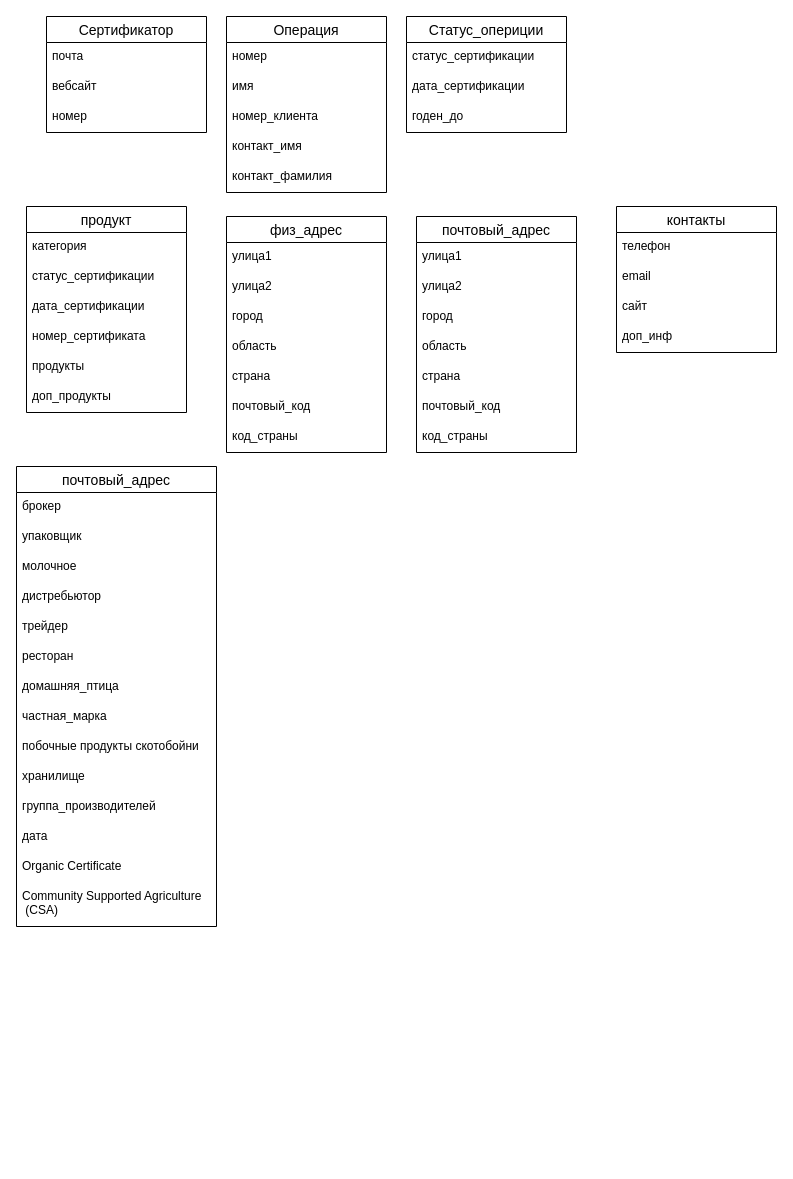
Before: page "Page-1" (1 of 2) of Untitled Diagram.drawio in dubidjanga/jsonproject, a draw.io diagram. Source tidied: cells renumbered, new cells numbered last; positions are measured from the earlier drawing's top-left corner, leaving out a move shared by most shapes. Both pictures are drawn from the tidied source at 100%, with x=0, y=0 at pixel (16, 16).
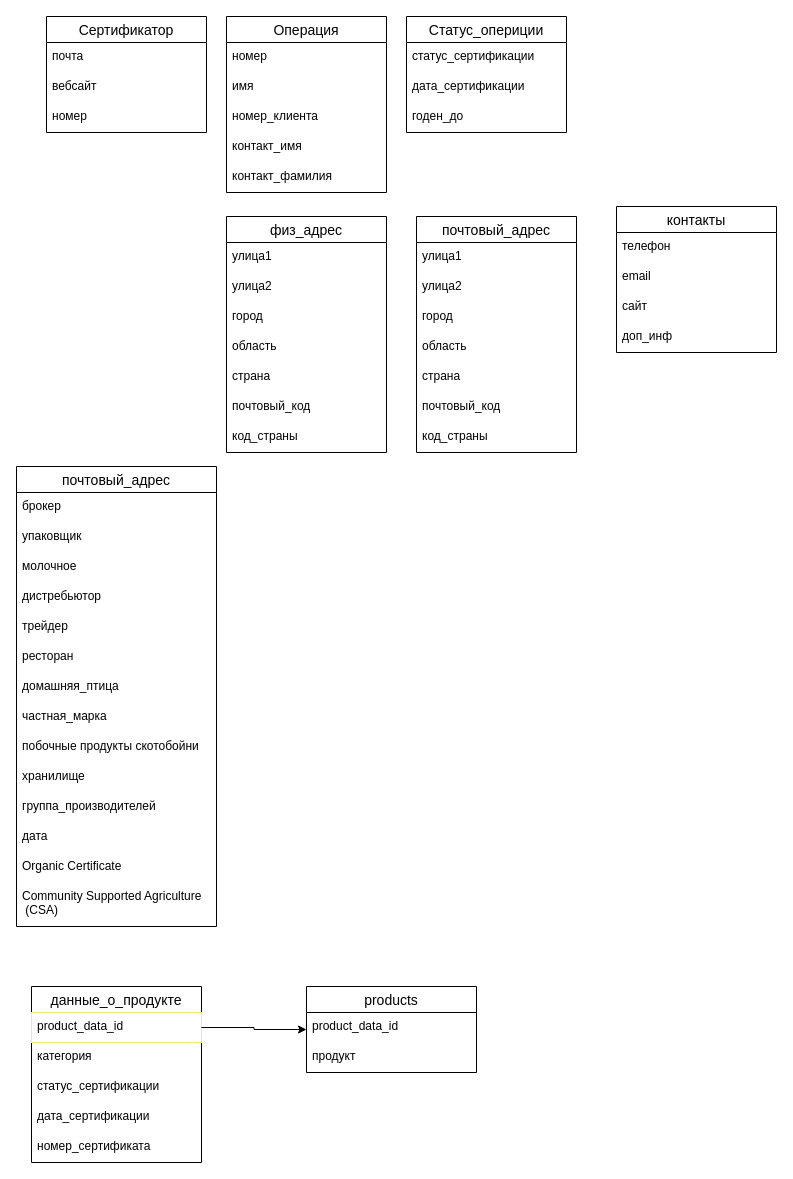
Above is the later version.

What changed in the source:
```diff
@@
-    <mxCell id="16" value="продукт" style="swimlane;fontStyle=0;horizontal=1;startSize=26;align=center;fontSize=14;" parent="1" vertex="1">
-      <mxGeometry x="10" y="190" width="160" height="206" as="geometry" />
+    <mxCell id="16" value="данные_о_продукте" style="swimlane;fontStyle=0;horizontal=1;startSize=26;align=center;fontSize=14;" parent="1" vertex="1">
+      <mxGeometry x="15" y="970" width="170" height="176" as="geometry" />
     </mxCell>
+    <mxCell id="59" value="product_data_id" style="text;strokeColor=#FFFF00;fillColor=none;spacingLeft=4;spacingRight=4;overflow=hidden;points=[[0,0.5],[1,0.5]];portConstraint=eastwest;fontSize=12;" parent="16" vertex="1">
+      <mxGeometry y="26" width="170" height="30" as="geometry" />
+    </mxCell>
     <mxCell id="17" value="категория" style="text;strokeColor=none;fillColor=none;spacingLeft=4;spacingRight=4;overflow=hidden;fontSize=12;" parent="16" vertex="1">
-      <mxGeometry y="26" width="160" height="30" as="geometry" />
+      <mxGeometry y="56" width="170" height="30" as="geometry" />
     </mxCell>
     <mxCell id="18" value="статус_сертификации" style="text;strokeColor=none;fillColor=none;spacingLeft=4;spacingRight=4;overflow=hidden;fontSize=12;" parent="16" vertex="1">
-      <mxGeometry y="56" width="160" height="30" as="geometry" />
+      <mxGeometry y="86" width="170" height="30" as="geometry" />
     </mxCell>
     <mxCell id="19" value="дата_сертификации" style="text;strokeColor=none;fillColor=none;spacingLeft=4;spacingRight=4;overflow=hidden;fontSize=12;" parent="16" vertex="1">
-      <mxGeometry y="86" width="160" height="30" as="geometry" />
+      <mxGeometry y="116" width="170" height="30" as="geometry" />
     </mxCell>
     <mxCell id="20" value="номер_сертификата" style="text;strokeColor=none;fillColor=none;spacingLeft=4;spacingRight=4;overflow=hidden;fontSize=12;" parent="16" vertex="1">
-      <mxGeometry y="116" width="160" height="30" as="geometry" />
+      <mxGeometry y="146" width="170" height="30" as="geometry" />
     </mxCell>
-    <mxCell id="21" value="продукты" style="text;strokeColor=none;fillColor=none;spacingLeft=4;spacingRight=4;overflow=hidden;fontSize=12;" parent="16" vertex="1">
-      <mxGeometry y="146" width="160" height="30" as="geometry" />
-    </mxCell>
-    <mxCell id="22" value="доп_продукты" style="text;strokeColor=none;fillColor=none;spacingLeft=4;spacingRight=4;overflow=hidden;fontSize=12;" parent="16" vertex="1">
-      <mxGeometry y="176" width="160" height="30" as="geometry" />
-    </mxCell>
@@
+    <mxCell id="60" value="products" style="swimlane;fontStyle=0;horizontal=1;startSize=26;align=center;fontSize=14;" parent="1" vertex="1">
+      <mxGeometry x="290" y="970" width="170" height="86" as="geometry" />
+    </mxCell>
+    <mxCell id="61" value="product_data_id" style="text;strokeColor=none;fillColor=none;spacingLeft=4;spacingRight=4;overflow=hidden;fontSize=12;" parent="60" vertex="1">
+      <mxGeometry y="26" width="170" height="30" as="geometry" />
+    </mxCell>
+    <mxCell id="62" value="продукт" style="text;strokeColor=none;fillColor=none;spacingLeft=4;spacingRight=4;overflow=hidden;fontSize=12;" parent="60" vertex="1">
+      <mxGeometry y="56" width="170" height="30" as="geometry" />
+    </mxCell>
+    <mxCell id="63" style="edgeStyle=orthogonalEdgeStyle;rounded=0;jettySize=auto;html=1;exitX=1;exitY=0.5;exitDx=0;exitDy=0;entryX=0;entryY=0.5;entryDx=0;entryDy=0;" parent="1" edge="1" source="59" target="60">
+      <mxGeometry relative="1" as="geometry" />
+    </mxCell>
```
